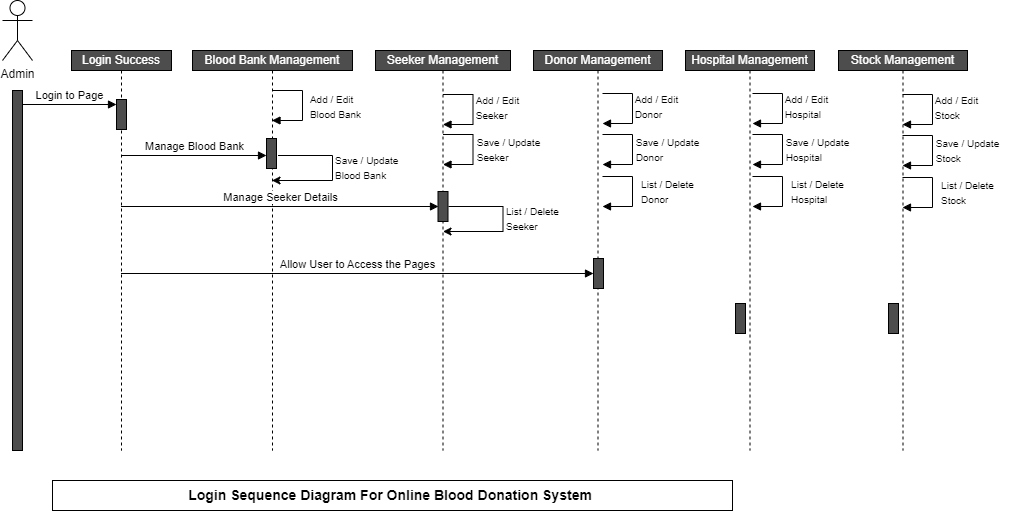
Above: Sequence.drawio.png in brijeshlimbani11/brijeshlimbani11.github.io (draw.io), before the change. Source tidied: cells renumbered, new cells last; positions are measured from the earlier drawing's top-left corner, leaving out a move shared by most shapes.
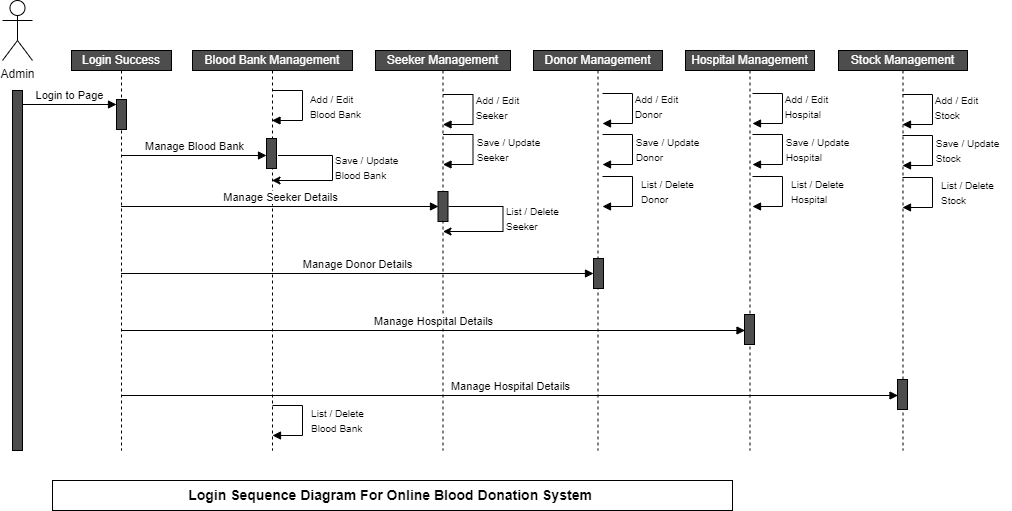
Above is the later version.

Change to the diagram source:
```diff
@@ -60,7 +60,7 @@
     <mxCell id="16" value="&lt;div style=&quot;text-align: left;&quot;&gt;&lt;font style=&quot;font-size: 10px;&quot;&gt;Add&amp;nbsp;&lt;/font&gt;&lt;font style=&quot;font-size: 10px;&quot;&gt;/&amp;nbsp;&lt;/font&gt;&lt;font style=&quot;font-size: 10px;&quot;&gt;Edit&lt;/font&gt;&lt;/div&gt;&lt;div style=&quot;text-align: left;&quot;&gt;&lt;font style=&quot;&quot;&gt;&lt;span style=&quot;font-size: 10px;&quot;&gt;Blood &lt;/span&gt;&lt;font style=&quot;font-size: 10px;&quot;&gt;Bank&lt;/font&gt;&lt;/font&gt;&lt;/div&gt;" style="text;html=1;align=center;verticalAlign=middle;strokeColor=none;fillColor=none;" parent="1" vertex="1">
       <mxGeometry x="298" y="86" width="70" height="40" as="geometry" />
     </mxCell>
-    <mxCell id="17" value="Allow User to Access the Pages" style="html=1;verticalAlign=bottom;endArrow=block;curved=0;rounded=0;entryX=0;entryY=0;entryDx=0;entryDy=5;" parent="1" edge="1" source="4">
+    <mxCell id="17" value="Manage Donor Details" style="html=1;verticalAlign=bottom;endArrow=block;curved=0;rounded=0;entryX=0;entryY=0;entryDx=0;entryDy=5;" parent="1" edge="1" source="4">
       <mxGeometry relative="1" as="geometry">
         <mxPoint x="591" y="273" as="targetPoint" />
       </mxGeometry>
@@ -72,13 +72,13 @@
       <mxGeometry x="683" y="50" width="129" height="400" as="geometry" />
     </mxCell>
     <mxCell id="20" style="html=1;perimeter=orthogonalPerimeter;targetShapes=umlLifeline;newEdgeStyle={&quot;curved&quot;:0,&quot;rounded&quot;:0};fillColor=#4D4D4D;" parent="19" vertex="1">
-      <mxGeometry x="50" y="253" width="10" height="30" as="geometry" />
+      <mxGeometry x="59" y="264" width="10" height="30" as="geometry" />
     </mxCell>
     <mxCell id="21" value="&lt;span style=&quot;color: rgb(255, 255, 255);&quot;&gt;Stock Management&lt;/span&gt;" style="shape=umlLifeline;perimeter=lifelinePerimeter;whiteSpace=wrap;html=1;newEdgeStyle={&quot;curved&quot;:0,&quot;rounded&quot;:0};size=20;fillColor=#4D4D4D;" parent="1" vertex="1">
       <mxGeometry x="836" y="50" width="129" height="400" as="geometry" />
     </mxCell>
     <mxCell id="22" style="html=1;perimeter=orthogonalPerimeter;targetShapes=umlLifeline;newEdgeStyle={&quot;curved&quot;:0,&quot;rounded&quot;:0};fillColor=#4D4D4D;" parent="21" vertex="1">
-      <mxGeometry x="50" y="253" width="10" height="30" as="geometry" />
+      <mxGeometry x="59" y="329" width="10" height="30" as="geometry" />
     </mxCell>
     <mxCell id="23" style="endArrow=classic;html=1;rounded=0;" parent="1" edge="1" target="6">
       <mxGeometry relative="1" as="geometry">
@@ -248,5 +248,28 @@
         </Array>
       </mxGeometry>
     </mxCell>
+    <mxCell id="49" value="Manage Hospital Details" style="html=1;verticalAlign=bottom;endArrow=block;curved=0;rounded=0;entryX=0;entryY=0;entryDx=0;entryDy=5;" parent="1" edge="1" source="4">
+      <mxGeometry relative="1" as="geometry">
+        <mxPoint x="742.5" y="330" as="targetPoint" />
+      </mxGeometry>
+    </mxCell>
+    <mxCell id="50" value="Manage Hospital Details" style="html=1;verticalAlign=bottom;endArrow=block;curved=0;rounded=0;entryX=0;entryY=0;entryDx=0;entryDy=5;" parent="1" edge="1" source="4">
+      <mxGeometry relative="1" as="geometry">
+        <mxPoint x="895.5" y="395" as="targetPoint" />
+      </mxGeometry>
+    </mxCell>
+    <mxCell id="51" style="html=1;verticalAlign=bottom;endArrow=block;curved=0;rounded=0;" parent="1" edge="1">
+      <mxGeometry relative="1" as="geometry">
+        <mxPoint x="270" y="405" as="sourcePoint" />
+        <mxPoint x="270" y="435" as="targetPoint" />
+        <Array as="points">
+          <mxPoint x="300" y="405" />
+          <mxPoint x="300" y="435" />
+        </Array>
+      </mxGeometry>
+    </mxCell>
+    <mxCell id="52" value="&lt;div style=&quot;text-align: left;&quot;&gt;&lt;font style=&quot;font-size: 10px;&quot;&gt;List&amp;nbsp;&lt;/font&gt;&lt;font style=&quot;font-size: 10px;&quot;&gt;/&amp;nbsp;&lt;/font&gt;&lt;font style=&quot;font-size: 10px;&quot;&gt;Delete&lt;/font&gt;&lt;div&gt;&lt;span style=&quot;font-size: 10px;&quot;&gt;Blood Bank&lt;/span&gt;&lt;br&gt;&lt;/div&gt;&lt;/div&gt;" style="text;html=1;align=center;verticalAlign=middle;strokeColor=none;fillColor=none;" parent="1" vertex="1">
+      <mxGeometry x="295" y="400" width="80" height="40" as="geometry" />
+    </mxCell>
   </root>
 </mxGraphModel>
```
